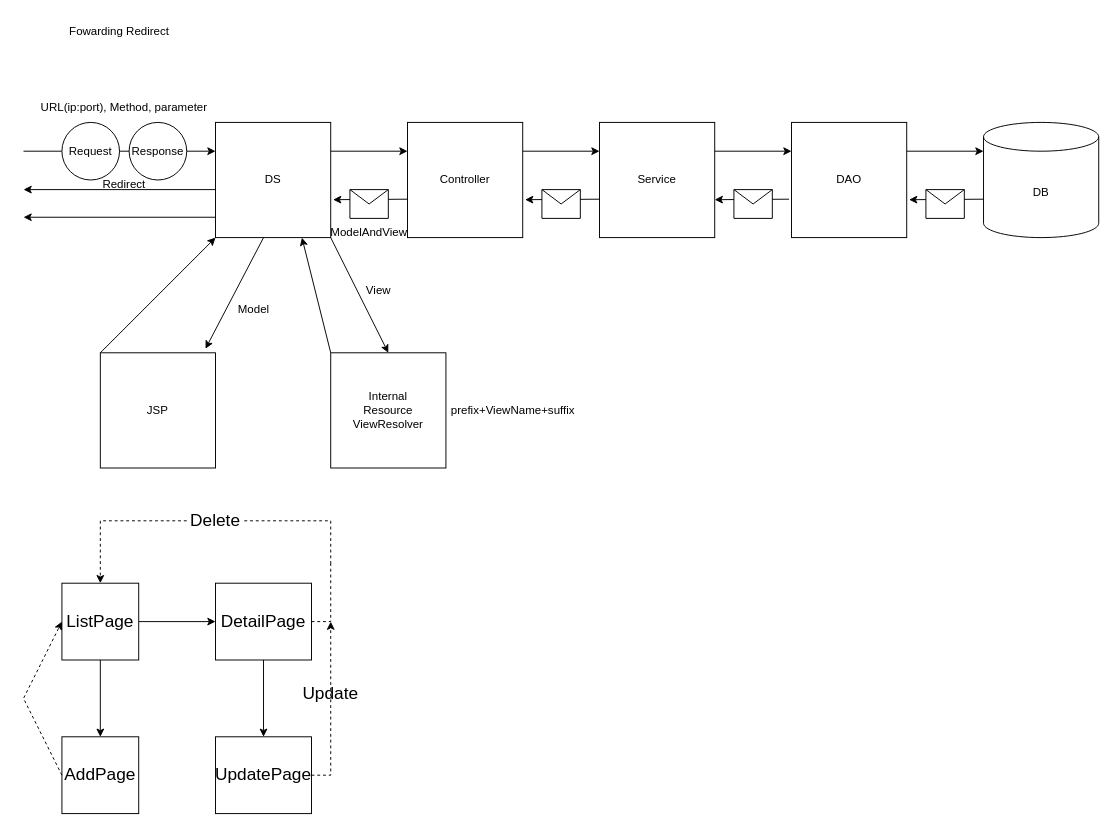
Earlier version of the draw.io diagram page "페이지-1" (1 of 3) of 제목 없는 다이어그램.drawio (WooheeKim/GDJ60_Spring). Source tidied: cells renumbered, new cells numbered last; positions are measured from the earlier drawing's top-left corner, leaving out a move shared by most shapes. Both pictures are drawn from the tidied source at 96%, with x=0, y=0 at pixel (23, 16).
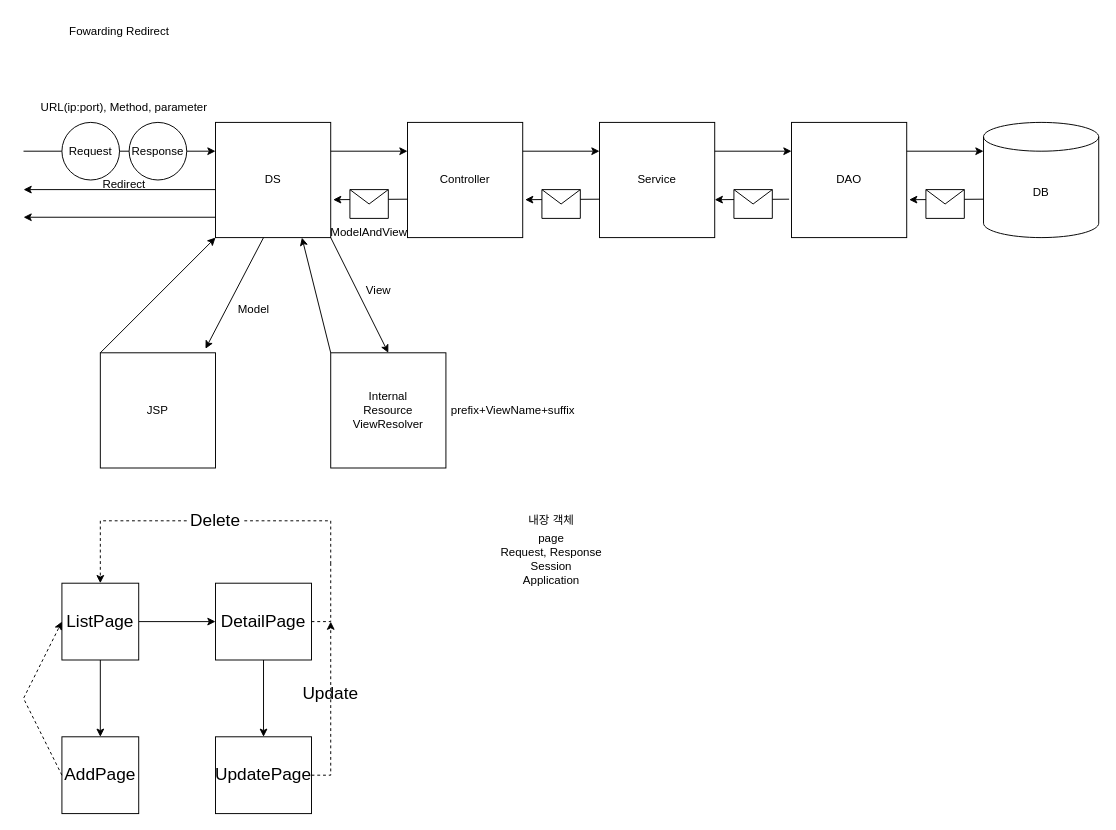
Above is the later version.

Commit message:
제목 없는 다이어그램.drawio 업데이트

The edit, as a diff of the source:
```diff
@@
+    <mxCell id="54" value="내장 객체" style="text;html=1;strokeColor=none;fillColor=none;align=center;verticalAlign=middle;whiteSpace=wrap;rounded=0;" parent="1" vertex="1">
+      <mxGeometry x="520" y="510" width="60" height="30" as="geometry" />
+    </mxCell>
+    <mxCell id="55" value="page&lt;br&gt;Request, Response&lt;br&gt;Session&lt;br&gt;Application" style="text;html=1;strokeColor=none;fillColor=none;align=center;verticalAlign=middle;whiteSpace=wrap;rounded=0;" parent="1" vertex="1">
+      <mxGeometry x="485" y="550" width="130" height="30" as="geometry" />
+    </mxCell>
```
